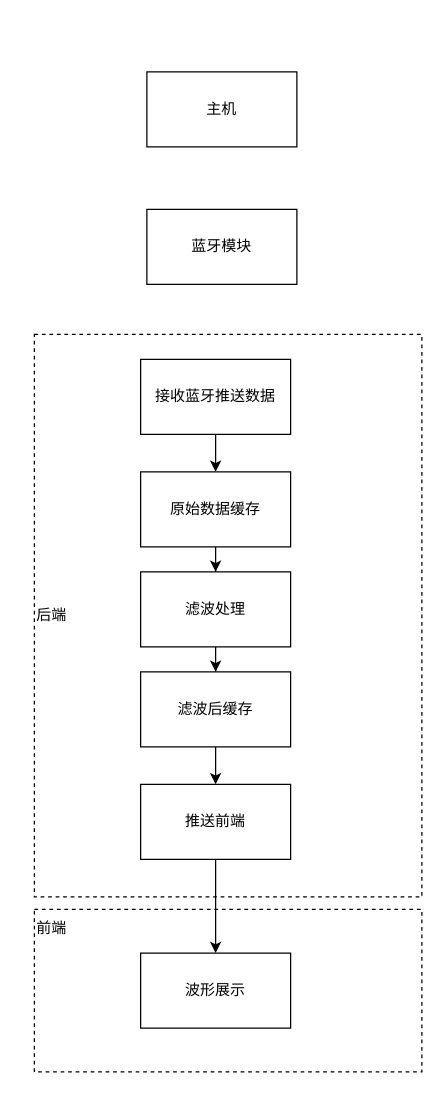
Above: 概念设计-数据流程图.drawio in yz360307/draw (draw.io), before the change. Source tidied: cells renumbered, new cells numbered last; positions are measured from the earlier drawing's top-left corner, leaving out a move shared by most shapes. Both pictures are drawn from the tidied source at 125%, with x=0, y=0 at pixel (34, 71).
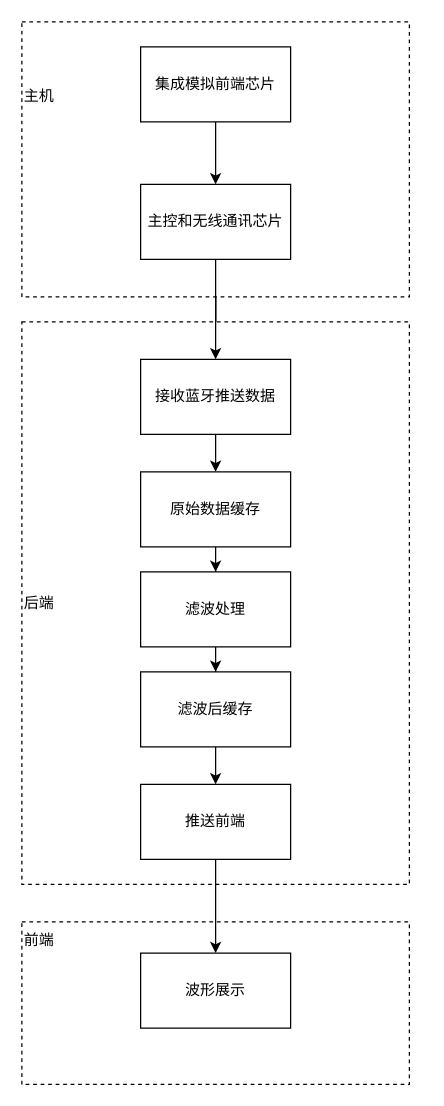
After the change.

Commit message:
更新概念设计-数据流程图.drawio

The change refers to these unchanged cells:
```xml
<mxCell id="7" value="接收蓝牙推送数据" style="rounded=0;whiteSpace=wrap;html=1;" parent="1" vertex="1">
  <mxGeometry x="85" y="230" width="120" height="60" as="geometry" />
</mxCell>
```

Diff of the diagram source:
```diff
@@
     <mxCell id="2" value="&lt;div align=&quot;left&quot;&gt;前端&lt;/div&gt;&lt;div align=&quot;left&quot;&gt;&lt;br&gt;&lt;/div&gt;&lt;div align=&quot;left&quot;&gt;&lt;br&gt;&lt;/div&gt;&lt;div align=&quot;left&quot;&gt;&lt;br&gt;&lt;/div&gt;&lt;div align=&quot;left&quot;&gt;&lt;br&gt;&lt;/div&gt;&lt;div align=&quot;left&quot;&gt;&lt;br&gt;&lt;/div&gt;&lt;div align=&quot;left&quot;&gt;&lt;br&gt;&lt;/div&gt;&lt;div align=&quot;left&quot;&gt;&lt;br&gt;&lt;/div&gt;" style="rounded=0;whiteSpace=wrap;html=1;align=left;dashed=1;" parent="1" vertex="1">
-      <mxGeometry y="670" width="310" height="130" as="geometry" />
+      <mxGeometry x="-10" y="680" width="310" height="130" as="geometry" />
     </mxCell>
+    <mxCell id="17" style="edgeStyle=orthogonalEdgeStyle;rounded=0;jettySize=auto;html=1;" parent="1" edge="1" source="3" target="22">
+      <mxGeometry relative="1" as="geometry" />
+    </mxCell>
+    <mxCell id="18" style="edgeStyle=orthogonalEdgeStyle;rounded=0;jettySize=auto;html=1;" parent="1" edge="1" source="3" target="22">
+      <mxGeometry relative="1" as="geometry" />
+    </mxCell>
     <mxCell id="3" value="&lt;div align=&quot;left&quot;&gt;后端&lt;br&gt;&lt;/div&gt;" style="rounded=0;whiteSpace=wrap;html=1;dashed=1;align=left;" parent="1" vertex="1">
-      <mxGeometry y="210" width="310" height="450" as="geometry" />
+      <mxGeometry x="-10" y="200" width="310" height="450" as="geometry" />
     </mxCell>
-    <mxCell id="4" value="主机" style="rounded=0;whiteSpace=wrap;html=1;" parent="1" vertex="1">
-      <mxGeometry x="90" width="120" height="60" as="geometry" />
-    </mxCell>
-    <mxCell id="5" value="蓝牙模块" style="rounded=0;whiteSpace=wrap;html=1;" parent="1" vertex="1">
-      <mxGeometry x="90" y="110" width="120" height="60" as="geometry" />
-    </mxCell>
@@
+    <mxCell id="4" value="&lt;div align=&quot;left&quot;&gt;主机&lt;/div&gt;&lt;div align=&quot;left&quot;&gt;&lt;br&gt;&lt;/div&gt;&lt;div align=&quot;left&quot;&gt;&lt;br&gt;&lt;/div&gt;&lt;div align=&quot;left&quot;&gt;&lt;br&gt;&lt;/div&gt;&lt;div align=&quot;left&quot;&gt;&lt;br&gt;&lt;/div&gt;&lt;div align=&quot;left&quot;&gt;&lt;br&gt;&lt;/div&gt;&lt;div align=&quot;left&quot;&gt;&lt;br&gt;&lt;/div&gt;&lt;div align=&quot;left&quot;&gt;&lt;br&gt;&lt;/div&gt;" style="rounded=0;whiteSpace=wrap;html=1;align=left;dashed=1;" parent="1" vertex="1">
+      <mxGeometry x="-10" y="-40" width="310" height="220" as="geometry" />
+    </mxCell>
+    <mxCell id="19" style="edgeStyle=orthogonalEdgeStyle;rounded=0;jettySize=auto;html=1;" parent="1" edge="1" source="20" target="22">
+      <mxGeometry relative="1" as="geometry" />
+    </mxCell>
+    <mxCell id="20" value="集成模拟前端芯片" style="rounded=0;whiteSpace=wrap;html=1;" parent="1" vertex="1">
+      <mxGeometry x="85" y="-20" width="120" height="60" as="geometry" />
+    </mxCell>
+    <mxCell id="21" style="edgeStyle=orthogonalEdgeStyle;rounded=0;jettySize=auto;html=1;" parent="1" edge="1" source="22" target="7">
+      <mxGeometry relative="1" as="geometry" />
+    </mxCell>
+    <mxCell id="22" value="主控和无线通讯芯片" style="rounded=0;whiteSpace=wrap;html=1;" parent="1" vertex="1">
+      <mxGeometry x="85" y="90" width="120" height="60" as="geometry" />
+    </mxCell>
```
